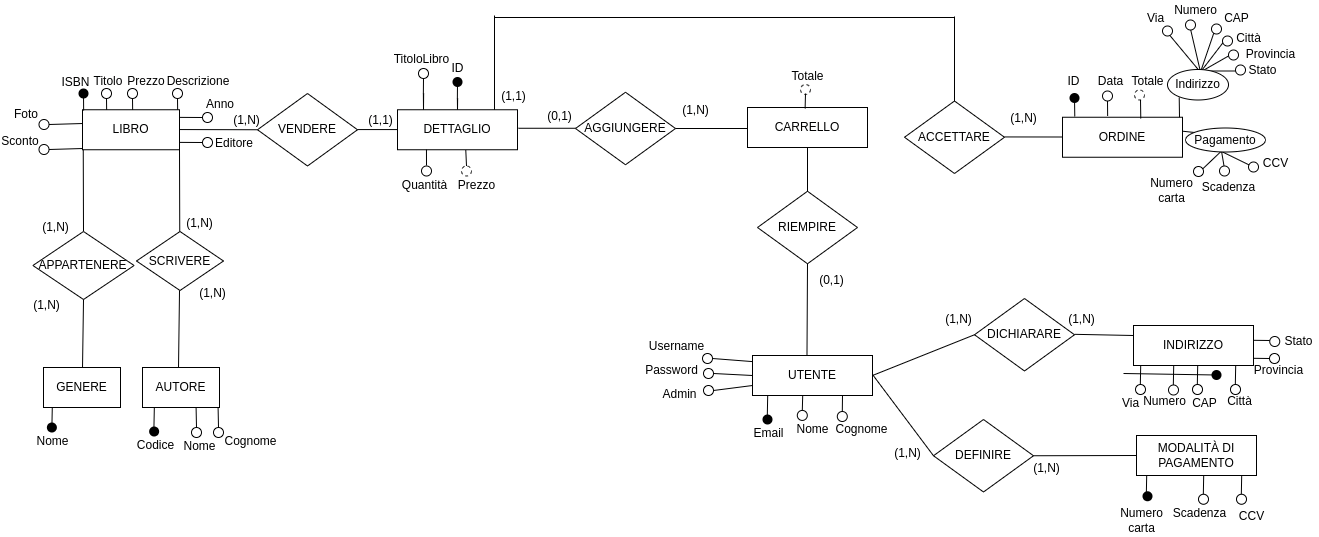
Earlier version of the draw.io export img-readme/schema.png (Tensa53/LibriShop). Source tidied: cells renumbered, new cells last; positions are measured from the earlier drawing's top-left corner, leaving out a move shared by most shapes.
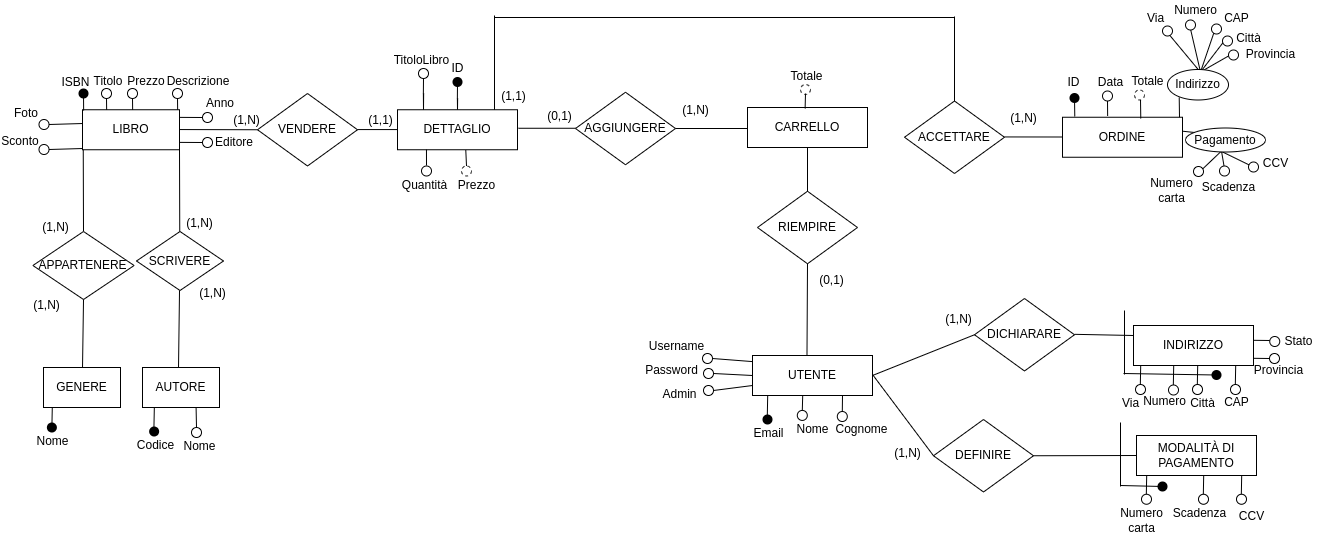
The same file after the commit.

Change to the diagram source:
```diff
@@ -2,6 +2,12 @@
   <root>
     <mxCell id="0" />
     <mxCell id="1" parent="0" />
+    <mxCell id="198" style="endArrow=none;html=1;rounded=0;fillColor=#000000;startArrow=none;" parent="1" edge="1">
+      <mxGeometry relative="1" as="geometry">
+        <mxPoint x="1124" y="309" as="sourcePoint" />
+        <mxPoint x="1124" y="373" as="targetPoint" />
+      </mxGeometry>
+    </mxCell>
     <mxCell id="2" value="LIBRO" style="rounded=0;whiteSpace=wrap;html=1;" parent="1" vertex="1">
       <mxGeometry x="82" y="108.2" width="97" height="40" as="geometry" />
     </mxCell>
@@ -223,21 +229,9 @@
         <mxPoint x="196" y="426" as="sourcePoint" />
       </mxGeometry>
     </mxCell>
-    <mxCell id="55" style="ellipse;whiteSpace=wrap;html=1;strokeWidth=1;" parent="1" vertex="1">
-      <mxGeometry x="213" y="426" width="10" height="10" as="geometry" />
-    </mxCell>
-    <mxCell id="56" style="endArrow=none;html=1;rounded=0;startArrow=none;entryX=0.696;entryY=1.005;entryDx=0;entryDy=0;entryPerimeter=0;" parent="1" edge="1">
-      <mxGeometry relative="1" as="geometry">
-        <mxPoint x="218" y="426" as="sourcePoint" />
-        <mxPoint x="217.6" y="406.2" as="targetPoint" />
-      </mxGeometry>
-    </mxCell>
     <mxCell id="57" value="Nome" style="text;html=1;align=center;verticalAlign=middle;strokeColor=none;fillColor=none;" parent="1" vertex="1">
       <mxGeometry x="178" y="436" width="42" height="18" as="geometry" />
     </mxCell>
-    <mxCell id="58" value="Cognome" style="text;html=1;align=center;verticalAlign=middle;strokeColor=none;fillColor=none;" parent="1" vertex="1">
-      <mxGeometry x="219" y="431" width="62" height="18" as="geometry" />
-    </mxCell>
     <mxCell id="59" style="endArrow=none;html=1;rounded=0;startArrow=none;" parent="1" edge="1">
       <mxGeometry relative="1" as="geometry">
         <mxPoint x="518" y="126.8" as="sourcePoint" />
@@ -358,7 +352,7 @@
       <mxGeometry x="1177" y="368" width="40" height="40" as="geometry" />
     </mxCell>
     <mxCell id="90" value="Città" style="text;html=1;align=center;verticalAlign=middle;strokeColor=none;fillColor=none;" parent="1" vertex="1">
-      <mxGeometry x="1221" y="391" width="35" height="18" as="geometry" />
+      <mxGeometry x="1184" y="393" width="35" height="18" as="geometry" />
     </mxCell>
     <mxCell id="91" style="endArrow=none;html=1;rounded=0;startArrow=none;exitX=0.114;exitY=1.002;exitDx=0;exitDy=0;exitPerimeter=0;" parent="1" edge="1">
       <mxGeometry relative="1" as="geometry">
@@ -372,11 +366,8 @@
     <mxCell id="93" style="ellipse;whiteSpace=wrap;html=1;strokeWidth=1;" parent="1" vertex="1">
       <mxGeometry x="1192" y="383" width="10" height="10" as="geometry" />
     </mxCell>
-    <mxCell id="94" style="shape=waypoint;sketch=0;size=6;perimeter=centerPerimeter;strokeWidth=3;" parent="1" vertex="1">
-      <mxGeometry x="1215" y="368" width="40" height="40" as="geometry" />
-    </mxCell>
     <mxCell id="95" value="CAP" style="text;html=1;align=center;verticalAlign=middle;strokeColor=none;fillColor=none;" parent="1" vertex="1">
-      <mxGeometry x="1186" y="393.5" width="35" height="18" as="geometry" />
+      <mxGeometry x="1218" y="392" width="35" height="18" as="geometry" />
     </mxCell>
     <mxCell id="96" style="endArrow=none;html=1;rounded=0;startArrow=none;exitX=0.114;exitY=1.002;exitDx=0;exitDy=0;exitPerimeter=0;" parent="1" edge="1">
       <mxGeometry relative="1" as="geometry">
@@ -427,9 +418,6 @@
     <mxCell id="108" style="endArrow=none;html=1;rounded=0;entryX=0;entryY=0.5;entryDx=0;entryDy=0;startArrow=none;exitX=1;exitY=0.5;exitDx=0;exitDy=0;" parent="1" edge="1" source="107" target="106">
       <mxGeometry relative="1" as="geometry" />
     </mxCell>
-    <mxCell id="109" value="(1,N)" style="text;html=1;align=center;verticalAlign=middle;strokeColor=none;fillColor=none;" parent="1" vertex="1">
-      <mxGeometry x="1061" y="308" width="40" height="20" as="geometry" />
-    </mxCell>
     <mxCell id="110" value="Numero&lt;br&gt;carta" style="text;html=1;align=center;verticalAlign=middle;strokeColor=none;fillColor=none;" parent="1" vertex="1">
       <mxGeometry x="1115" y="502.8" width="52" height="32" as="geometry" />
     </mxCell>
@@ -477,12 +465,6 @@
     <mxCell id="121" value="(1,N)" style="text;html=1;align=center;verticalAlign=middle;strokeColor=none;fillColor=none;" parent="1" vertex="1">
       <mxGeometry x="887" y="442" width="40" height="20" as="geometry" />
     </mxCell>
-    <mxCell id="122" style="shape=waypoint;sketch=0;size=6;perimeter=centerPerimeter;strokeWidth=3;fillColor=none;" parent="1" vertex="1">
-      <mxGeometry x="1127" y="474.8" width="40" height="40" as="geometry" />
-    </mxCell>
-    <mxCell id="123" value="(1,N)" style="text;html=1;align=center;verticalAlign=middle;strokeColor=none;fillColor=none;" parent="1" vertex="1">
-      <mxGeometry x="1026" y="457.2" width="40" height="20" as="geometry" />
-    </mxCell>
     <mxCell id="124" style="shape=waypoint;sketch=0;size=6;points=[];perimeter=centerPerimeter;snapToPoint=1;strokeWidth=3;fillColor=none;" parent="1" vertex="1">
       <mxGeometry x="1196" y="353.5" width="40" height="40" as="geometry" />
     </mxCell>
@@ -646,18 +628,6 @@
     <mxCell id="164" value="Provincia" style="text;html=1;align=center;verticalAlign=middle;strokeColor=none;fillColor=none;" parent="1" vertex="1">
       <mxGeometry x="1240" y="43.5" width="60" height="19" as="geometry" />
     </mxCell>
-    <mxCell id="165" style="endArrow=none;html=1;rounded=0;fillColor=#000000;" parent="1" edge="1">
-      <mxGeometry relative="1" as="geometry">
-        <mxPoint x="1200" y="69.5" as="sourcePoint" />
-        <mxPoint x="1236" y="69.5" as="targetPoint" />
-      </mxGeometry>
-    </mxCell>
-    <mxCell id="166" style="ellipse;whiteSpace=wrap;html=1;strokeWidth=1;" parent="1" vertex="1">
-      <mxGeometry x="1235" y="63.5" width="10" height="10" as="geometry" />
-    </mxCell>
-    <mxCell id="167" value="Stato" style="text;html=1;align=center;verticalAlign=middle;strokeColor=none;fillColor=none;" parent="1" vertex="1">
-      <mxGeometry x="1242" y="59" width="39" height="19" as="geometry" />
-    </mxCell>
     <mxCell id="168" style="endArrow=none;html=1;rounded=0;fillColor=#000000;exitX=0.998;exitY=0.348;exitDx=0;exitDy=0;entryX=0.112;entryY=0.187;entryDx=0;entryDy=0;entryPerimeter=0;exitPerimeter=0;" parent="1" edge="1" source="80" target="189">
       <mxGeometry relative="1" as="geometry" />
     </mxCell>
@@ -767,5 +737,22 @@
     <mxCell id="197" value="TitoloLibro" style="text;html=1;align=center;verticalAlign=middle;strokeColor=none;fillColor=none;" parent="1" vertex="1">
       <mxGeometry x="387" y="49" width="67" height="19" as="geometry" />
     </mxCell>
+    <mxCell id="199" style="ellipse;whiteSpace=wrap;html=1;strokeWidth=1;fillColor=default;" parent="1" vertex="1">
+      <mxGeometry x="1141" y="492.8" width="10" height="10" as="geometry" />
+    </mxCell>
+    <mxCell id="200" style="endArrow=none;html=1;rounded=0;fillColor=#000000;startArrow=none;" parent="1" edge="1">
+      <mxGeometry relative="1" as="geometry">
+        <mxPoint x="1120" y="421" as="sourcePoint" />
+        <mxPoint x="1120" y="485" as="targetPoint" />
+      </mxGeometry>
+    </mxCell>
+    <mxCell id="201" style="shape=waypoint;sketch=0;size=6;points=[];perimeter=centerPerimeter;snapToPoint=1;strokeWidth=3;fillColor=none;" parent="1" vertex="1">
+      <mxGeometry x="1142" y="465" width="40" height="40" as="geometry" />
+    </mxCell>
+    <mxCell id="202" style="endArrow=none;html=1;rounded=0;startArrow=none;" parent="1" edge="1" target="201">
+      <mxGeometry relative="1" as="geometry">
+        <mxPoint x="1120" y="484" as="sourcePoint" />
+      </mxGeometry>
+    </mxCell>
   </root>
 </mxGraphModel>
```
